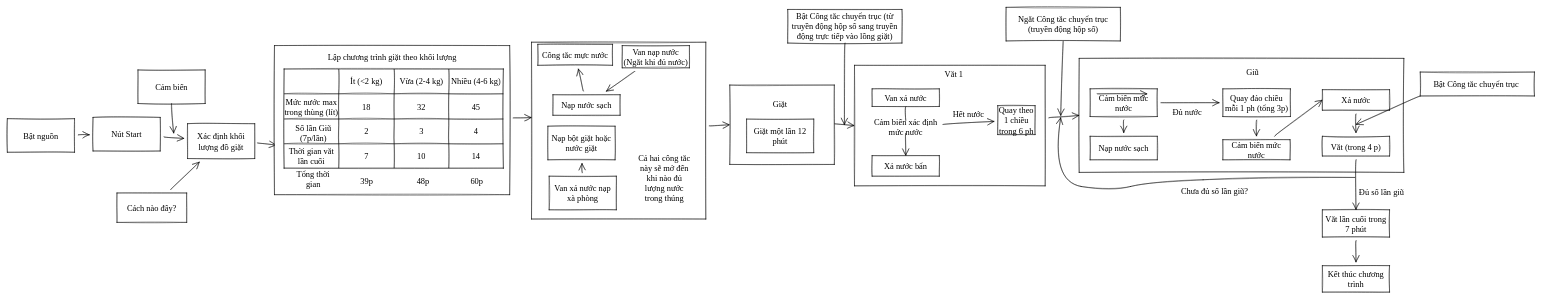
This is Untitled Diagram.drawio from Huyss2z/dealine-robot-2, a draw.io file, before an edit. Source tidied: cells renumbered, new cells numbered last; positions are measured from the earlier drawing's top-left corner, leaving out a move shared by most shapes. Both pictures are drawn from the tidied source at 42%, with x=0, y=0 at pixel (7, 7).
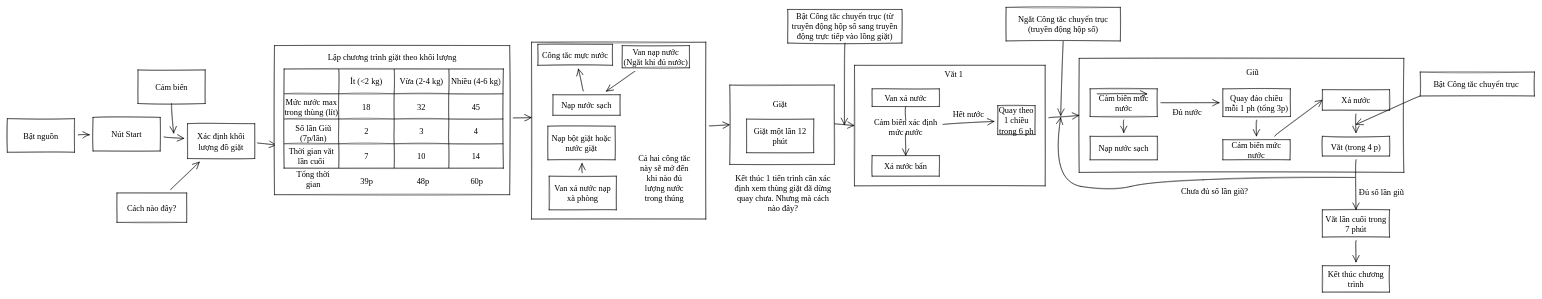
The same page after the edit.

Commit message (it also covers changes not shown here):
Chương trình giặt

What changed in the source:
```diff
@@
+    <mxCell id="95" value="Kết thúc 1 tiến trình cần xác định xem thùng giặt đã dừng quay chưa. Nhưng mà cách nào đây?" style="text;strokeColor=none;fillColor=none;html=1;align=center;verticalAlign=middle;whiteSpace=wrap;rounded=0;sketch=1;hachureGap=4;fontFamily=Times New Roman;fontSize=20;" parent="1" vertex="1">
+      <mxGeometry x="1730" y="427" width="234" height="30" as="geometry" />
+    </mxCell>
```
